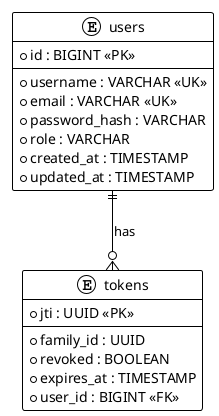
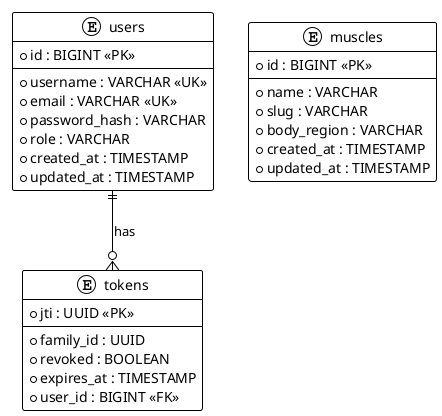
@startuml
!theme plain

entity "users" {
  * id : BIGINT <<PK>>
  --
  * username : VARCHAR <<UK>>
  * email : VARCHAR <<UK>>
  * password_hash : VARCHAR
  * role : VARCHAR
  * created_at : TIMESTAMP
  * updated_at : TIMESTAMP
}

entity "tokens" {
  * jti : UUID <<PK>>
  --
  * family_id : UUID
  * revoked : BOOLEAN
  * expires_at : TIMESTAMP
  * user_id : BIGINT <<FK>>
}

+ entity "muscles" {
+   * id : BIGINT <<PK>>
+   --
+   * name : VARCHAR
+   * slug : VARCHAR
+   * body_region : VARCHAR
+   * created_at : TIMESTAMP
+   * updated_at : TIMESTAMP
+ }
+ 
"users" ||--o{ "tokens" : "has"

- @enduml+ @enduml
